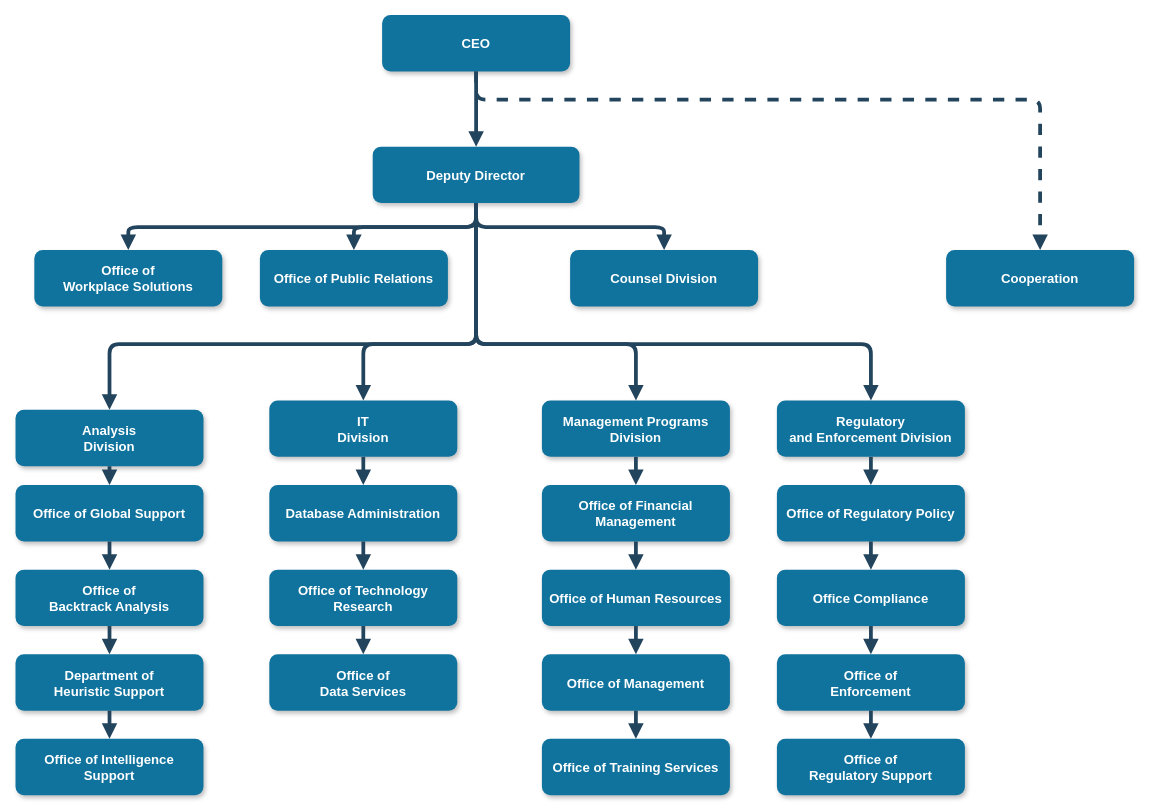
The draw.io diagram Untitled Diagram.drawio in YiroCheung/Overleaf-backup, before the edit. Source tidied: cells renumbered, new cells numbered last; positions are measured from the earlier drawing's top-left corner, leaving out a move shared by most shapes. Both pictures are drawn from the tidied source at 94%, with x=0, y=0 at pixel (15, 15).
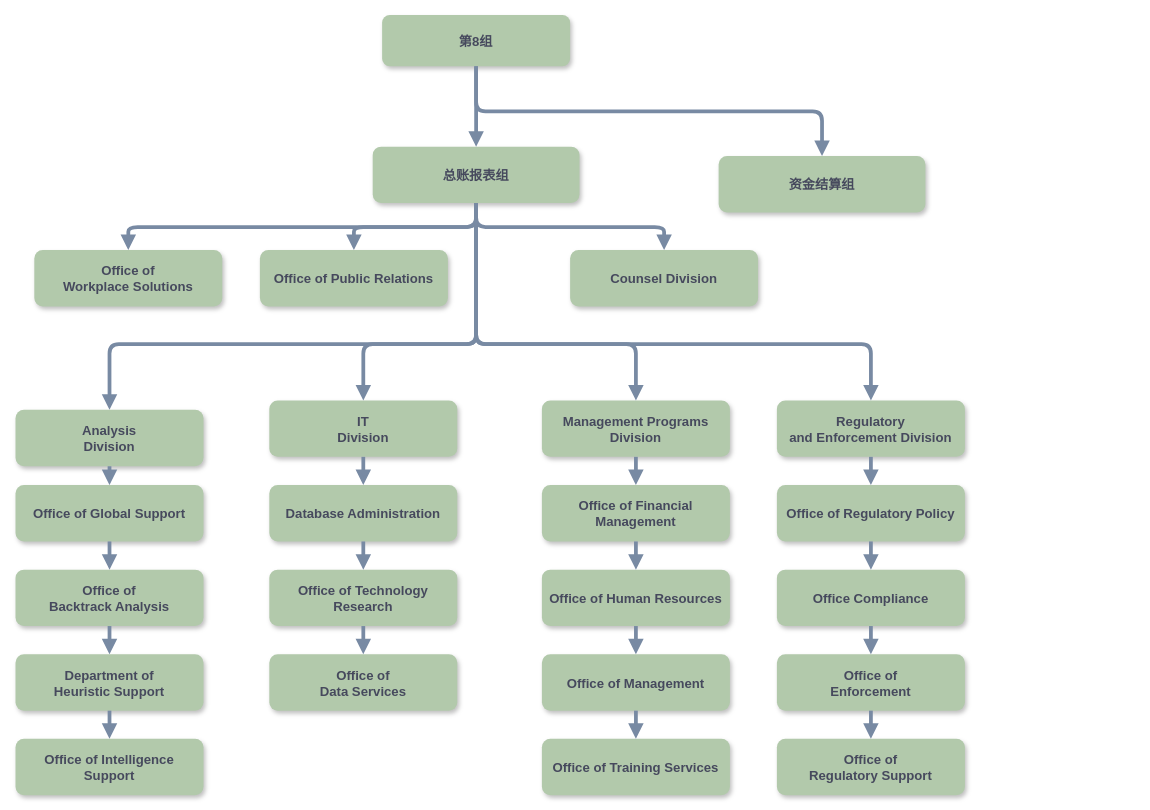
The same page after the edit.

Diff of the diagram source:
```diff
@@
-    <mxCell id="2" value="CEO" style="rounded=1;fillColor=#10739E;strokeColor=none;shadow=1;gradientColor=none;fontStyle=1;fontColor=#FFFFFF;fontSize=14;" parent="1" vertex="1">
-      <mxGeometry x="390" y="-0.5" width="200" height="60" as="geometry" />
+    <mxCell id="2" value="第8组" style="rounded=1;fillColor=#B2C9AB;strokeColor=none;shadow=1;fontStyle=1;fontColor=#46495D;fontSize=14;" parent="1" vertex="1">
+      <mxGeometry x="390" y="-0.5" width="200" height="54.5" as="geometry" />
     </mxCell>
-    <mxCell id="3" value="Deputy Director" style="rounded=1;fillColor=#10739E;strokeColor=none;shadow=1;gradientColor=none;fontStyle=1;fontColor=#FFFFFF;fontSize=14;" parent="1" vertex="1">
+    <mxCell id="3" value="总账报表组" style="rounded=1;fillColor=#B2C9AB;strokeColor=none;shadow=1;fontStyle=1;fontColor=#46495D;fontSize=14;" parent="1" vertex="1">
       <mxGeometry x="380" y="139.5" width="220" height="60" as="geometry" />
     </mxCell>
-    <mxCell id="4" value="Office of &#10;Workplace Solutions" style="rounded=1;fillColor=#10739E;strokeColor=none;shadow=1;gradientColor=none;fontStyle=1;fontColor=#FFFFFF;fontSize=14;" parent="1" vertex="1">
+    <mxCell id="4" value="Office of &#10;Workplace Solutions" style="rounded=1;fillColor=#B2C9AB;strokeColor=none;shadow=1;fontStyle=1;fontColor=#46495D;fontSize=14;" parent="1" vertex="1">
       <mxGeometry x="20" y="249.5" width="200" height="60" as="geometry" />
     </mxCell>
-    <mxCell id="5" value="Office of Public Relations" style="rounded=1;fillColor=#10739E;strokeColor=none;shadow=1;gradientColor=none;fontStyle=1;fontColor=#FFFFFF;fontSize=14;" parent="1" vertex="1">
+    <mxCell id="5" value="Office of Public Relations" style="rounded=1;fillColor=#B2C9AB;strokeColor=none;shadow=1;fontStyle=1;fontColor=#46495D;fontSize=14;" parent="1" vertex="1">
       <mxGeometry x="260" y="249.5" width="200" height="60" as="geometry" />
     </mxCell>
-    <mxCell id="6" value="Counsel Division" style="rounded=1;fillColor=#10739E;strokeColor=none;shadow=1;gradientColor=none;fontStyle=1;fontColor=#FFFFFF;fontSize=14;" parent="1" vertex="1">
+    <mxCell id="6" value="Counsel Division" style="rounded=1;fillColor=#B2C9AB;strokeColor=none;shadow=1;fontStyle=1;fontColor=#46495D;fontSize=14;" parent="1" vertex="1">
       <mxGeometry x="590" y="249.5" width="200" height="60" as="geometry" />
     </mxCell>
-    <mxCell id="7" value="Cooperation" style="rounded=1;fillColor=#10739E;strokeColor=none;shadow=1;gradientColor=none;fontStyle=1;fontColor=#FFFFFF;fontSize=14;" parent="1" vertex="1">
-      <mxGeometry x="990" y="249.5" width="200" height="60" as="geometry" />
-    </mxCell>
-    <mxCell id="8" value="Analysis &#10;Division" style="rounded=1;fillColor=#10739E;strokeColor=none;shadow=1;gradientColor=none;fontStyle=1;fontColor=#FFFFFF;fontSize=14;" parent="1" vertex="1">
+    <mxCell id="8" value="Analysis &#10;Division" style="rounded=1;fillColor=#B2C9AB;strokeColor=none;shadow=1;fontStyle=1;fontColor=#46495D;fontSize=14;" parent="1" vertex="1">
       <mxGeometry y="419.5" width="200" height="60" as="geometry" />
     </mxCell>
-    <mxCell id="9" value="Office of Global Support" style="rounded=1;fillColor=#10739E;strokeColor=none;shadow=1;gradientColor=none;fontStyle=1;fontColor=#FFFFFF;fontSize=14;" parent="1" vertex="1">
+    <mxCell id="9" value="Office of Global Support" style="rounded=1;fillColor=#B2C9AB;strokeColor=none;shadow=1;fontStyle=1;fontColor=#46495D;fontSize=14;" parent="1" vertex="1">
       <mxGeometry y="499.5" width="200" height="60" as="geometry" />
     </mxCell>
-    <mxCell id="10" value="Office of &#10;Backtrack Analysis" style="rounded=1;fillColor=#10739E;strokeColor=none;shadow=1;gradientColor=none;fontStyle=1;fontColor=#FFFFFF;fontSize=14;" parent="1" vertex="1">
+    <mxCell id="10" value="Office of &#10;Backtrack Analysis" style="rounded=1;fillColor=#B2C9AB;strokeColor=none;shadow=1;fontStyle=1;fontColor=#46495D;fontSize=14;" parent="1" vertex="1">
       <mxGeometry y="589.5" width="200" height="60" as="geometry" />
     </mxCell>
-    <mxCell id="11" value="Department of &#10;Heuristic Support" style="rounded=1;fillColor=#10739E;strokeColor=none;shadow=1;gradientColor=none;fontStyle=1;fontColor=#FFFFFF;fontSize=14;" parent="1" vertex="1">
+    <mxCell id="11" value="Department of &#10;Heuristic Support" style="rounded=1;fillColor=#B2C9AB;strokeColor=none;shadow=1;fontStyle=1;fontColor=#46495D;fontSize=14;" parent="1" vertex="1">
       <mxGeometry y="679.5" width="200" height="60" as="geometry" />
     </mxCell>
-    <mxCell id="12" value="Office of Intelligence &#10;Support" style="rounded=1;fillColor=#10739E;strokeColor=none;shadow=1;gradientColor=none;fontStyle=1;fontColor=#FFFFFF;fontSize=14;" parent="1" vertex="1">
+    <mxCell id="12" value="Office of Intelligence &#10;Support" style="rounded=1;fillColor=#B2C9AB;strokeColor=none;shadow=1;fontStyle=1;fontColor=#46495D;fontSize=14;" parent="1" vertex="1">
       <mxGeometry y="769.5" width="200" height="60" as="geometry" />
     </mxCell>
-    <mxCell id="13" value="IT&#10;Division" style="rounded=1;fillColor=#10739E;strokeColor=none;shadow=1;gradientColor=none;fontStyle=1;fontColor=#FFFFFF;fontSize=14;" parent="1" vertex="1">
+    <mxCell id="13" value="IT&#10;Division" style="rounded=1;fillColor=#B2C9AB;strokeColor=none;shadow=1;fontStyle=1;fontColor=#46495D;fontSize=14;" parent="1" vertex="1">
       <mxGeometry x="270" y="409.5" width="200" height="60" as="geometry" />
     </mxCell>
-    <mxCell id="14" value="Database Administration" style="rounded=1;fillColor=#10739E;strokeColor=none;shadow=1;gradientColor=none;fontStyle=1;fontColor=#FFFFFF;fontSize=14;" parent="1" vertex="1">
+    <mxCell id="14" value="Database Administration" style="rounded=1;fillColor=#B2C9AB;strokeColor=none;shadow=1;fontStyle=1;fontColor=#46495D;fontSize=14;" parent="1" vertex="1">
       <mxGeometry x="270" y="499.5" width="200" height="60" as="geometry" />
     </mxCell>
-    <mxCell id="15" value="Office of Technology &#10;Research" style="rounded=1;fillColor=#10739E;strokeColor=none;shadow=1;gradientColor=none;fontStyle=1;fontColor=#FFFFFF;fontSize=14;" parent="1" vertex="1">
+    <mxCell id="15" value="Office of Technology &#10;Research" style="rounded=1;fillColor=#B2C9AB;strokeColor=none;shadow=1;fontStyle=1;fontColor=#46495D;fontSize=14;" parent="1" vertex="1">
       <mxGeometry x="270" y="589.5" width="200" height="60" as="geometry" />
     </mxCell>
-    <mxCell id="16" value="Office of&#10;Data Services" style="rounded=1;fillColor=#10739E;strokeColor=none;shadow=1;gradientColor=none;fontStyle=1;fontColor=#FFFFFF;fontSize=14;" parent="1" vertex="1">
+    <mxCell id="16" value="Office of&#10;Data Services" style="rounded=1;fillColor=#B2C9AB;strokeColor=none;shadow=1;fontStyle=1;fontColor=#46495D;fontSize=14;" parent="1" vertex="1">
       <mxGeometry x="270" y="679.5" width="200" height="60" as="geometry" />
     </mxCell>
-    <mxCell id="17" value="Management Programs &#10;Division" style="rounded=1;fillColor=#10739E;strokeColor=none;shadow=1;gradientColor=none;fontStyle=1;fontColor=#FFFFFF;fontSize=14;" parent="1" vertex="1">
+    <mxCell id="17" value="Management Programs &#10;Division" style="rounded=1;fillColor=#B2C9AB;strokeColor=none;shadow=1;fontStyle=1;fontColor=#46495D;fontSize=14;" parent="1" vertex="1">
       <mxGeometry x="560" y="409.5" width="200" height="60" as="geometry" />
     </mxCell>
-    <mxCell id="18" value="Office of Financial &#10;Management" style="rounded=1;fillColor=#10739E;strokeColor=none;shadow=1;gradientColor=none;fontStyle=1;fontColor=#FFFFFF;fontSize=14;" parent="1" vertex="1">
+    <mxCell id="18" value="Office of Financial &#10;Management" style="rounded=1;fillColor=#B2C9AB;strokeColor=none;shadow=1;fontStyle=1;fontColor=#46495D;fontSize=14;" parent="1" vertex="1">
       <mxGeometry x="560" y="499.5" width="200" height="60" as="geometry" />
     </mxCell>
-    <mxCell id="19" value="Office of Human Resources" style="rounded=1;fillColor=#10739E;strokeColor=none;shadow=1;gradientColor=none;fontStyle=1;fontColor=#FFFFFF;fontSize=14;" parent="1" vertex="1">
+    <mxCell id="19" value="Office of Human Resources" style="rounded=1;fillColor=#B2C9AB;strokeColor=none;shadow=1;fontStyle=1;fontColor=#46495D;fontSize=14;" parent="1" vertex="1">
       <mxGeometry x="560" y="589.5" width="200" height="60" as="geometry" />
     </mxCell>
-    <mxCell id="20" value="Office of Management " style="rounded=1;fillColor=#10739E;strokeColor=none;shadow=1;gradientColor=none;fontStyle=1;fontColor=#FFFFFF;fontSize=14;" parent="1" vertex="1">
+    <mxCell id="20" value="Office of Management " style="rounded=1;fillColor=#B2C9AB;strokeColor=none;shadow=1;fontStyle=1;fontColor=#46495D;fontSize=14;" parent="1" vertex="1">
       <mxGeometry x="560" y="679.5" width="200" height="60" as="geometry" />
     </mxCell>
-    <mxCell id="21" value="Office of Training Services" style="rounded=1;fillColor=#10739E;strokeColor=none;shadow=1;gradientColor=none;fontStyle=1;fontColor=#FFFFFF;fontSize=14;" parent="1" vertex="1">
+    <mxCell id="21" value="Office of Training Services" style="rounded=1;fillColor=#B2C9AB;strokeColor=none;shadow=1;fontStyle=1;fontColor=#46495D;fontSize=14;" parent="1" vertex="1">
       <mxGeometry x="560" y="769.5" width="200" height="60" as="geometry" />
     </mxCell>
-    <mxCell id="22" value="Regulatory &#10;and Enforcement Division" style="rounded=1;fillColor=#10739E;strokeColor=none;shadow=1;gradientColor=none;fontStyle=1;fontColor=#FFFFFF;fontSize=14;" parent="1" vertex="1">
+    <mxCell id="22" value="Regulatory &#10;and Enforcement Division" style="rounded=1;fillColor=#B2C9AB;strokeColor=none;shadow=1;fontStyle=1;fontColor=#46495D;fontSize=14;" parent="1" vertex="1">
       <mxGeometry x="810" y="409.5" width="200" height="60" as="geometry" />
     </mxCell>
-    <mxCell id="23" value="Office of Regulatory Policy" style="rounded=1;fillColor=#10739E;strokeColor=none;shadow=1;gradientColor=none;fontStyle=1;fontColor=#FFFFFF;fontSize=14;" parent="1" vertex="1">
+    <mxCell id="23" value="Office of Regulatory Policy" style="rounded=1;fillColor=#B2C9AB;strokeColor=none;shadow=1;fontStyle=1;fontColor=#46495D;fontSize=14;" parent="1" vertex="1">
       <mxGeometry x="810" y="499.5" width="200" height="60" as="geometry" />
     </mxCell>
-    <mxCell id="24" value="Office Compliance" style="rounded=1;fillColor=#10739E;strokeColor=none;shadow=1;gradientColor=none;fontStyle=1;fontColor=#FFFFFF;fontSize=14;" parent="1" vertex="1">
+    <mxCell id="24" value="Office Compliance" style="rounded=1;fillColor=#B2C9AB;strokeColor=none;shadow=1;fontStyle=1;fontColor=#46495D;fontSize=14;" parent="1" vertex="1">
       <mxGeometry x="810" y="589.5" width="200" height="60" as="geometry" />
     </mxCell>
-    <mxCell id="25" value="Office of &#10;Enforcement" style="rounded=1;fillColor=#10739E;strokeColor=none;shadow=1;gradientColor=none;fontStyle=1;fontColor=#FFFFFF;fontSize=14;" parent="1" vertex="1">
+    <mxCell id="25" value="Office of &#10;Enforcement" style="rounded=1;fillColor=#B2C9AB;strokeColor=none;shadow=1;fontStyle=1;fontColor=#46495D;fontSize=14;" parent="1" vertex="1">
       <mxGeometry x="810" y="679.5" width="200" height="60" as="geometry" />
     </mxCell>
-    <mxCell id="26" value="Office of&#10; Regulatory Support" style="rounded=1;fillColor=#10739E;strokeColor=none;shadow=1;gradientColor=none;fontStyle=1;fontColor=#FFFFFF;fontSize=14;" parent="1" vertex="1">
+    <mxCell id="26" value="Office of&#10; Regulatory Support" style="rounded=1;fillColor=#B2C9AB;strokeColor=none;shadow=1;fontStyle=1;fontColor=#46495D;fontSize=14;" parent="1" vertex="1">
       <mxGeometry x="810" y="769.5" width="200" height="60" as="geometry" />
     </mxCell>
-    <mxCell id="27" style="edgeStyle=elbowEdgeStyle;elbow=vertical;strokeWidth=4;endArrow=block;endFill=1;fontStyle=1;strokeColor=#23445D;" parent="1" edge="1" source="2" target="3">
+    <mxCell id="27" style="edgeStyle=elbowEdgeStyle;elbow=vertical;strokeWidth=4;endArrow=block;endFill=1;fontStyle=1;strokeColor=#788AA3;fontColor=#46495D;" parent="1" edge="1" source="2" target="3">
       <mxGeometry x="22" y="165.5" as="geometry" />
     </mxCell>
-    <mxCell id="28" style="edgeStyle=elbowEdgeStyle;elbow=vertical;strokeWidth=4;endArrow=block;endFill=1;fontStyle=1;strokeColor=#23445D;" parent="1" edge="1" source="3" target="5">
+    <mxCell id="28" style="edgeStyle=elbowEdgeStyle;elbow=vertical;strokeWidth=4;endArrow=block;endFill=1;fontStyle=1;strokeColor=#788AA3;fontColor=#46495D;" parent="1" edge="1" source="3" target="5">
       <mxGeometry x="22" y="165.5" as="geometry" />
     </mxCell>
-    <mxCell id="29" style="edgeStyle=elbowEdgeStyle;elbow=vertical;strokeWidth=4;endArrow=block;endFill=1;fontStyle=1;strokeColor=#23445D;" parent="1" edge="1" source="3" target="4">
+    <mxCell id="29" style="edgeStyle=elbowEdgeStyle;elbow=vertical;strokeWidth=4;endArrow=block;endFill=1;fontStyle=1;strokeColor=#788AA3;fontColor=#46495D;" parent="1" edge="1" source="3" target="4">
       <mxGeometry x="22" y="165.5" as="geometry" />
     </mxCell>
-    <mxCell id="30" style="edgeStyle=elbowEdgeStyle;elbow=vertical;strokeWidth=4;endArrow=block;endFill=1;fontStyle=1;strokeColor=#23445D;" parent="1" edge="1" source="3" target="6">
+    <mxCell id="30" style="edgeStyle=elbowEdgeStyle;elbow=vertical;strokeWidth=4;endArrow=block;endFill=1;fontStyle=1;strokeColor=#788AA3;fontColor=#46495D;" parent="1" edge="1" source="3" target="6">
       <mxGeometry x="22" y="165.5" as="geometry" />
     </mxCell>
-    <mxCell id="31" style="edgeStyle=elbowEdgeStyle;elbow=vertical;strokeWidth=4;endArrow=block;endFill=1;fontStyle=1;dashed=1;strokeColor=#23445D;" parent="1" edge="1" source="2" target="7">
-      <mxGeometry x="22" y="165.5" as="geometry">
-        <Array as="points">
-          <mxPoint x="780" y="89.5" />
-        </Array>
-      </mxGeometry>
-    </mxCell>
-    <mxCell id="32" style="edgeStyle=elbowEdgeStyle;elbow=vertical;strokeWidth=4;endArrow=block;endFill=1;fontStyle=1;strokeColor=#23445D;" parent="1" edge="1" source="3" target="8">
+    <mxCell id="32" style="edgeStyle=elbowEdgeStyle;elbow=vertical;strokeWidth=4;endArrow=block;endFill=1;fontStyle=1;strokeColor=#788AA3;fontColor=#46495D;" parent="1" edge="1" source="3" target="8">
       <mxGeometry x="22" y="165.5" as="geometry">
         <Array as="points">
           <mxPoint x="270" y="349.5" />
         </Array>
       </mxGeometry>
     </mxCell>
-    <mxCell id="33" style="edgeStyle=elbowEdgeStyle;elbow=vertical;strokeWidth=4;endArrow=block;endFill=1;fontStyle=1;strokeColor=#23445D;" parent="1" edge="1" source="3" target="22">
+    <mxCell id="33" style="edgeStyle=elbowEdgeStyle;elbow=vertical;strokeWidth=4;endArrow=block;endFill=1;fontStyle=1;strokeColor=#788AA3;fontColor=#46495D;" parent="1" edge="1" source="3" target="22">
       <mxGeometry x="22" y="165.5" as="geometry">
         <Array as="points">
           <mxPoint x="690" y="349.5" />
         </Array>
       </mxGeometry>
     </mxCell>
-    <mxCell id="34" style="edgeStyle=elbowEdgeStyle;elbow=vertical;strokeWidth=4;endArrow=block;endFill=1;fontStyle=1;strokeColor=#23445D;" parent="1" edge="1" source="8" target="9">
+    <mxCell id="34" style="edgeStyle=elbowEdgeStyle;elbow=vertical;strokeWidth=4;endArrow=block;endFill=1;fontStyle=1;strokeColor=#788AA3;fontColor=#46495D;" parent="1" edge="1" source="8" target="9">
       <mxGeometry x="62" y="165.5" as="geometry" />
     </mxCell>
-    <mxCell id="35" style="edgeStyle=elbowEdgeStyle;elbow=vertical;strokeWidth=4;endArrow=block;endFill=1;fontStyle=1;strokeColor=#23445D;" parent="1" edge="1" source="9" target="10">
+    <mxCell id="35" style="edgeStyle=elbowEdgeStyle;elbow=vertical;strokeWidth=4;endArrow=block;endFill=1;fontStyle=1;strokeColor=#788AA3;fontColor=#46495D;" parent="1" edge="1" source="9" target="10">
       <mxGeometry x="62" y="175.5" as="geometry" />
     </mxCell>
-    <mxCell id="36" style="edgeStyle=elbowEdgeStyle;elbow=vertical;strokeWidth=4;endArrow=block;endFill=1;fontStyle=1;strokeColor=#23445D;" parent="1" edge="1" source="10" target="11">
+    <mxCell id="36" style="edgeStyle=elbowEdgeStyle;elbow=vertical;strokeWidth=4;endArrow=block;endFill=1;fontStyle=1;strokeColor=#788AA3;fontColor=#46495D;" parent="1" edge="1" source="10" target="11">
       <mxGeometry x="62" y="185.5" as="geometry" />
     </mxCell>
-    <mxCell id="37" style="edgeStyle=elbowEdgeStyle;elbow=vertical;strokeWidth=4;endArrow=block;endFill=1;fontStyle=1;strokeColor=#23445D;" parent="1" edge="1" source="11" target="12">
+    <mxCell id="37" style="edgeStyle=elbowEdgeStyle;elbow=vertical;strokeWidth=4;endArrow=block;endFill=1;fontStyle=1;strokeColor=#788AA3;fontColor=#46495D;" parent="1" edge="1" source="11" target="12">
       <mxGeometry x="62" y="195.5" as="geometry" />
     </mxCell>
-    <mxCell id="38" style="edgeStyle=elbowEdgeStyle;elbow=vertical;strokeWidth=4;endArrow=block;endFill=1;fontStyle=1;strokeColor=#23445D;" parent="1" edge="1" source="13" target="14">
+    <mxCell id="38" style="edgeStyle=elbowEdgeStyle;elbow=vertical;strokeWidth=4;endArrow=block;endFill=1;fontStyle=1;strokeColor=#788AA3;fontColor=#46495D;" parent="1" edge="1" source="13" target="14">
       <mxGeometry x="62" y="165.5" as="geometry" />
     </mxCell>
-    <mxCell id="39" style="edgeStyle=elbowEdgeStyle;elbow=vertical;strokeWidth=4;endArrow=block;endFill=1;fontStyle=1;strokeColor=#23445D;" parent="1" edge="1" source="14" target="15">
+    <mxCell id="39" style="edgeStyle=elbowEdgeStyle;elbow=vertical;strokeWidth=4;endArrow=block;endFill=1;fontStyle=1;strokeColor=#788AA3;fontColor=#46495D;" parent="1" edge="1" source="14" target="15">
       <mxGeometry x="62" y="175.5" as="geometry" />
     </mxCell>
-    <mxCell id="40" style="edgeStyle=elbowEdgeStyle;elbow=vertical;strokeWidth=4;endArrow=block;endFill=1;fontStyle=1;strokeColor=#23445D;" parent="1" edge="1" source="15" target="16">
+    <mxCell id="40" style="edgeStyle=elbowEdgeStyle;elbow=vertical;strokeWidth=4;endArrow=block;endFill=1;fontStyle=1;strokeColor=#788AA3;fontColor=#46495D;" parent="1" edge="1" source="15" target="16">
       <mxGeometry x="62" y="185.5" as="geometry" />
     </mxCell>
-    <mxCell id="41" style="edgeStyle=elbowEdgeStyle;elbow=vertical;strokeWidth=4;endArrow=block;endFill=1;fontStyle=1;strokeColor=#23445D;" parent="1" edge="1" source="17" target="18">
+    <mxCell id="41" style="edgeStyle=elbowEdgeStyle;elbow=vertical;strokeWidth=4;endArrow=block;endFill=1;fontStyle=1;strokeColor=#788AA3;fontColor=#46495D;" parent="1" edge="1" source="17" target="18">
       <mxGeometry x="72" y="165.5" as="geometry" />
     </mxCell>
-    <mxCell id="42" style="edgeStyle=elbowEdgeStyle;elbow=vertical;strokeWidth=4;endArrow=block;endFill=1;fontStyle=1;strokeColor=#23445D;" parent="1" edge="1" source="18" target="19">
+    <mxCell id="42" style="edgeStyle=elbowEdgeStyle;elbow=vertical;strokeWidth=4;endArrow=block;endFill=1;fontStyle=1;strokeColor=#788AA3;fontColor=#46495D;" parent="1" edge="1" source="18" target="19">
       <mxGeometry x="72" y="175.5" as="geometry" />
     </mxCell>
-    <mxCell id="43" style="edgeStyle=elbowEdgeStyle;elbow=vertical;strokeWidth=4;endArrow=block;endFill=1;fontStyle=1;strokeColor=#23445D;" parent="1" edge="1" source="19" target="20">
+    <mxCell id="43" style="edgeStyle=elbowEdgeStyle;elbow=vertical;strokeWidth=4;endArrow=block;endFill=1;fontStyle=1;strokeColor=#788AA3;fontColor=#46495D;" parent="1" edge="1" source="19" target="20">
       <mxGeometry x="72" y="185.5" as="geometry" />
     </mxCell>
-    <mxCell id="44" style="edgeStyle=elbowEdgeStyle;elbow=vertical;strokeWidth=4;endArrow=block;endFill=1;fontStyle=1;strokeColor=#23445D;" parent="1" edge="1" source="20" target="21">
+    <mxCell id="44" style="edgeStyle=elbowEdgeStyle;elbow=vertical;strokeWidth=4;endArrow=block;endFill=1;fontStyle=1;strokeColor=#788AA3;fontColor=#46495D;" parent="1" edge="1" source="20" target="21">
       <mxGeometry x="72" y="195.5" as="geometry" />
     </mxCell>
-    <mxCell id="45" style="edgeStyle=elbowEdgeStyle;elbow=vertical;strokeWidth=4;endArrow=block;endFill=1;fontStyle=1;strokeColor=#23445D;" parent="1" edge="1" source="22" target="23">
+    <mxCell id="45" style="edgeStyle=elbowEdgeStyle;elbow=vertical;strokeWidth=4;endArrow=block;endFill=1;fontStyle=1;strokeColor=#788AA3;fontColor=#46495D;" parent="1" edge="1" source="22" target="23">
       <mxGeometry x="72" y="165.5" as="geometry" />
     </mxCell>
-    <mxCell id="46" style="edgeStyle=elbowEdgeStyle;elbow=vertical;strokeWidth=4;endArrow=block;endFill=1;fontStyle=1;strokeColor=#23445D;" parent="1" edge="1" source="23" target="24">
+    <mxCell id="46" style="edgeStyle=elbowEdgeStyle;elbow=vertical;strokeWidth=4;endArrow=block;endFill=1;fontStyle=1;strokeColor=#788AA3;fontColor=#46495D;" parent="1" edge="1" source="23" target="24">
       <mxGeometry x="72" y="175.5" as="geometry" />
     </mxCell>
-    <mxCell id="47" style="edgeStyle=elbowEdgeStyle;elbow=vertical;strokeWidth=4;endArrow=block;endFill=1;fontStyle=1;strokeColor=#23445D;" parent="1" edge="1" source="24" target="25">
+    <mxCell id="47" style="edgeStyle=elbowEdgeStyle;elbow=vertical;strokeWidth=4;endArrow=block;endFill=1;fontStyle=1;strokeColor=#788AA3;fontColor=#46495D;" parent="1" edge="1" source="24" target="25">
       <mxGeometry x="72" y="185.5" as="geometry" />
     </mxCell>
-    <mxCell id="48" style="edgeStyle=elbowEdgeStyle;elbow=vertical;strokeWidth=4;endArrow=block;endFill=1;fontStyle=1;strokeColor=#23445D;" parent="1" edge="1" source="25" target="26">
+    <mxCell id="48" style="edgeStyle=elbowEdgeStyle;elbow=vertical;strokeWidth=4;endArrow=block;endFill=1;fontStyle=1;strokeColor=#788AA3;fontColor=#46495D;" parent="1" edge="1" source="25" target="26">
       <mxGeometry x="72" y="195.5" as="geometry" />
     </mxCell>
-    <mxCell id="49" style="edgeStyle=elbowEdgeStyle;elbow=vertical;strokeWidth=4;endArrow=block;endFill=1;fontStyle=1;strokeColor=#23445D;" parent="1" edge="1" source="3" target="13">
+    <mxCell id="49" style="edgeStyle=elbowEdgeStyle;elbow=vertical;strokeWidth=4;endArrow=block;endFill=1;fontStyle=1;strokeColor=#788AA3;fontColor=#46495D;" parent="1" edge="1" source="3" target="13">
       <mxGeometry x="22" y="165.5" as="geometry">
         <Array as="points">
           <mxPoint x="370" y="349.5" />
         </Array>
       </mxGeometry>
     </mxCell>
-    <mxCell id="50" style="edgeStyle=elbowEdgeStyle;elbow=vertical;strokeWidth=4;endArrow=block;endFill=1;fontStyle=1;strokeColor=#23445D;" parent="1" edge="1" source="3" target="17">
+    <mxCell id="50" style="edgeStyle=elbowEdgeStyle;elbow=vertical;strokeWidth=4;endArrow=block;endFill=1;fontStyle=1;strokeColor=#788AA3;fontColor=#46495D;" parent="1" edge="1" source="3" target="17">
       <mxGeometry x="22" y="165.5" as="geometry">
         <Array as="points">
           <mxPoint x="660" y="349.5" />
         </Array>
       </mxGeometry>
     </mxCell>
+    <mxCell id="51" value="资金结算组" style="rounded=1;fillColor=#B2C9AB;strokeColor=none;shadow=1;fontStyle=1;fontColor=#46495D;fontSize=14;" parent="1" vertex="1">
+      <mxGeometry x="748" y="149.5" width="220" height="60" as="geometry" />
+    </mxCell>
+    <mxCell id="52" style="edgeStyle=elbowEdgeStyle;elbow=vertical;strokeWidth=4;endArrow=block;endFill=1;fontStyle=1;strokeColor=#788AA3;fontColor=#46495D;" parent="1" edge="1" source="2" target="51">
+      <mxGeometry x="390" y="175.5" as="geometry" />
+    </mxCell>
```
